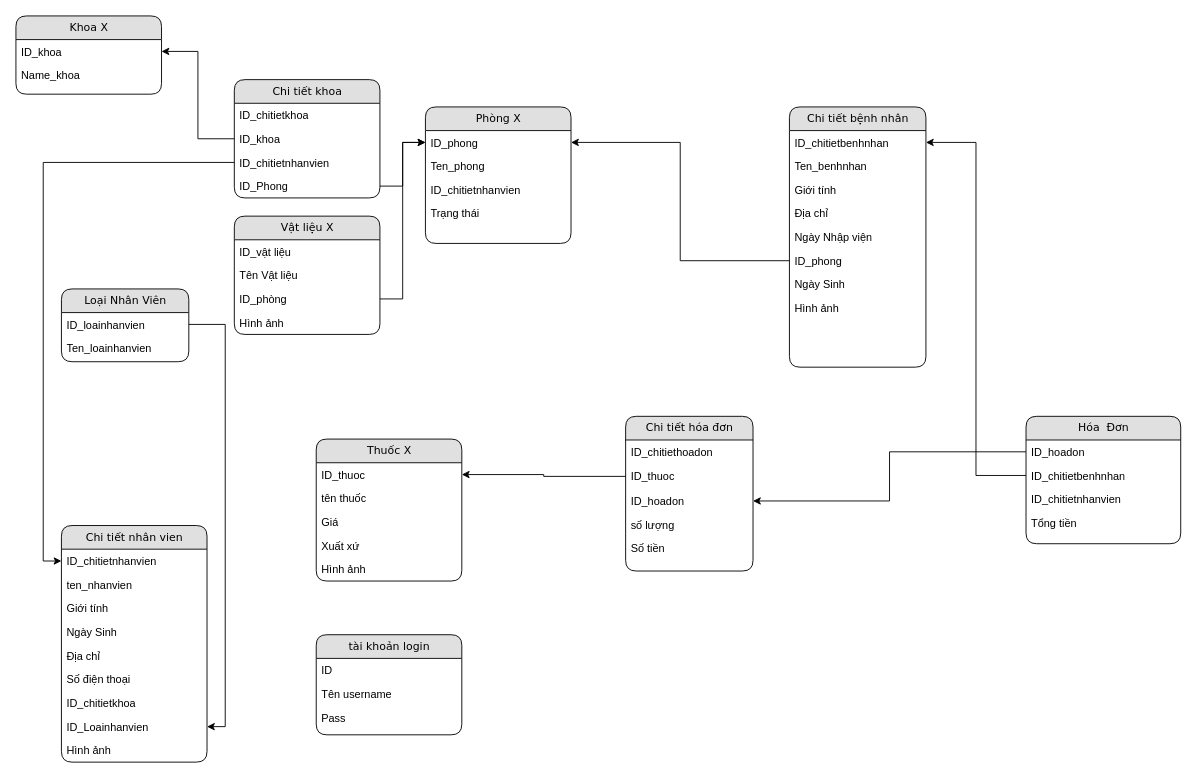
lethanhdat12/hospitalManager keeps this draw.io diagram as Untitled Diagram.drawio. Above is the earlier version. Source tidied: cells renumbered, new cells numbered last; positions are measured from the earlier drawing's top-left corner, leaving out a move shared by most shapes. Both pictures are drawn from the tidied source at 91%, with x=0, y=0 at pixel (15, 15).
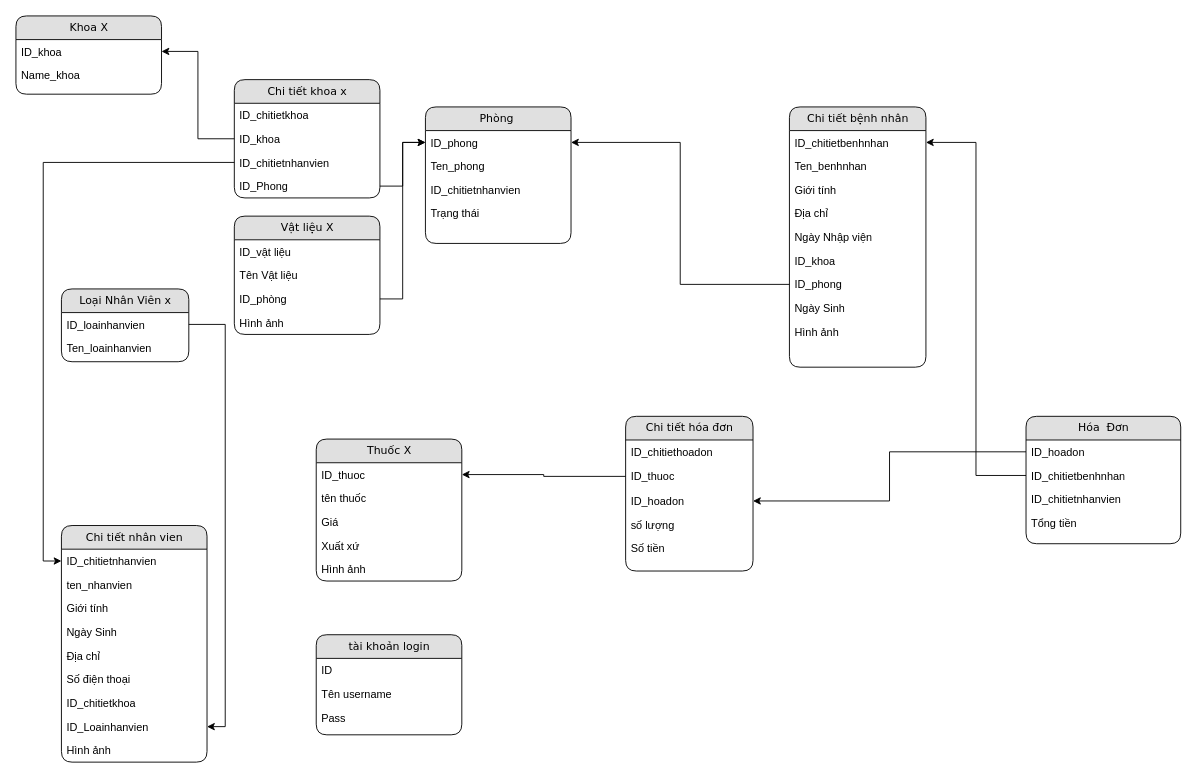
Above is the later version.

Unchanged cells that the change refers to:
```xml
<mxCell id="61" value="Chi tiết bệnh nhân" style="swimlane;html=1;fontStyle=0;horizontal=1;startSize=26;fillColor=#e0e0e0;swimlaneFillColor=#ffffff;align=center;rounded=1;shadow=0;comic=0;labelBackgroundColor=none;strokeWidth=1;fontFamily=Verdana;fontSize=12;" parent="1" vertex="1">
  <mxGeometry x="850" y="100" width="150" height="286" as="geometry" />
</mxCell>
```

What changed in the source:
```diff
@@
-    <mxCell id="2" value="Phòng X" style="swimlane;html=1;fontStyle=0;horizontal=1;startSize=26;fillColor=#e0e0e0;swimlaneFillColor=#ffffff;align=center;rounded=1;shadow=0;comic=0;labelBackgroundColor=none;strokeWidth=1;fontFamily=Verdana;fontSize=12;" parent="1" vertex="1">
+    <mxCell id="2" value="Phòng&amp;nbsp;" style="swimlane;html=1;fontStyle=0;horizontal=1;startSize=26;fillColor=#e0e0e0;swimlaneFillColor=#ffffff;align=center;rounded=1;shadow=0;comic=0;labelBackgroundColor=none;strokeWidth=1;fontFamily=Verdana;fontSize=12;" parent="1" vertex="1">
       <mxGeometry x="450" y="100" width="160" height="150" as="geometry" />
     </mxCell>
@@
-    <mxCell id="7" value="Chi tiết khoa" style="swimlane;html=1;fontStyle=0;horizontal=1;startSize=26;fillColor=#e0e0e0;swimlaneFillColor=#ffffff;align=center;rounded=1;shadow=0;comic=0;labelBackgroundColor=none;strokeWidth=1;fontFamily=Verdana;fontSize=12;" parent="1" vertex="1">
+    <mxCell id="7" value="Chi tiết khoa x" style="swimlane;html=1;fontStyle=0;horizontal=1;startSize=26;fillColor=#e0e0e0;swimlaneFillColor=#ffffff;align=center;rounded=1;shadow=0;comic=0;labelBackgroundColor=none;strokeWidth=1;fontFamily=Verdana;fontSize=12;" parent="1" vertex="1">
       <mxGeometry x="240" y="70" width="160" height="130" as="geometry" />
     </mxCell>
@@
-    <mxCell id="25" value="Loại Nhân Viên" style="swimlane;html=1;fontStyle=0;horizontal=1;startSize=26;fillColor=#e0e0e0;swimlaneFillColor=#ffffff;align=center;rounded=1;shadow=0;comic=0;labelBackgroundColor=none;strokeWidth=1;fontFamily=Verdana;fontSize=12;" parent="1" vertex="1">
+    <mxCell id="25" value="Loại Nhân Viên x" style="swimlane;html=1;fontStyle=0;horizontal=1;startSize=26;fillColor=#e0e0e0;swimlaneFillColor=#ffffff;align=center;rounded=1;shadow=0;comic=0;labelBackgroundColor=none;strokeWidth=1;fontFamily=Verdana;fontSize=12;" parent="1" vertex="1">
       <mxGeometry x="50" y="300" width="140" height="80" as="geometry" />
     </mxCell>
@@
+    <mxCell id="72" value="ID_khoa&lt;br&gt;" style="text;html=1;strokeColor=none;fillColor=none;spacingLeft=4;spacingRight=4;whiteSpace=wrap;overflow=hidden;" parent="61" vertex="1">
+      <mxGeometry y="156" width="150" height="26" as="geometry" />
+    </mxCell>
     <mxCell id="67" value="ID_phong" style="text;html=1;strokeColor=none;fillColor=none;spacingLeft=4;spacingRight=4;whiteSpace=wrap;overflow=hidden;points=[[0,0.5],[1,0.5]];portConstraint=eastwest;" parent="61" vertex="1">
-      <mxGeometry y="156" width="150" height="26" as="geometry" />
+      <mxGeometry y="182" width="150" height="26" as="geometry" />
     </mxCell>
     <mxCell id="68" value="Ngày Sinh" style="text;html=1;strokeColor=none;fillColor=none;spacingLeft=4;spacingRight=4;whiteSpace=wrap;overflow=hidden;" parent="61" vertex="1">
-      <mxGeometry y="182" width="150" height="26" as="geometry" />
+      <mxGeometry y="208" width="150" height="26" as="geometry" />
     </mxCell>
     <mxCell id="69" value="Hình ảnh" style="text;html=1;strokeColor=none;fillColor=none;spacingLeft=4;spacingRight=4;whiteSpace=wrap;overflow=hidden;" parent="61" vertex="1">
-      <mxGeometry y="208" width="150" height="26" as="geometry" />
+      <mxGeometry y="234" width="150" height="26" as="geometry" />
     </mxCell>
```
